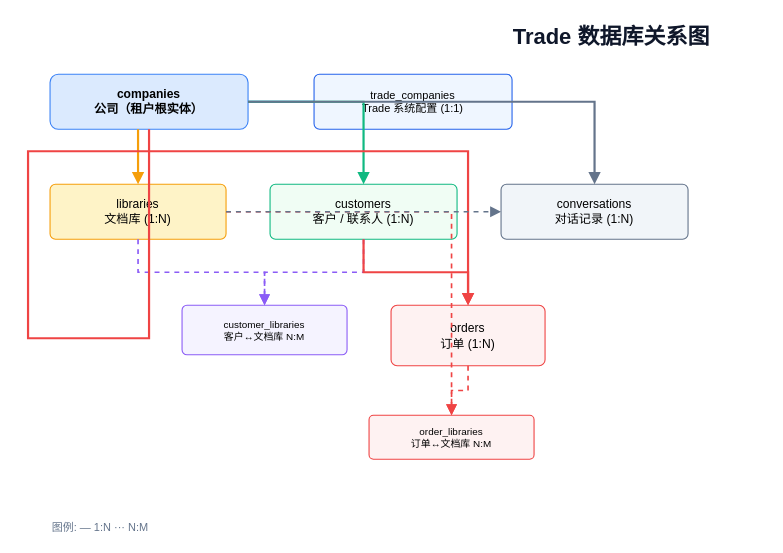
This is docs/database-relationships.drawio from chefroger/agentbase, a draw.io file, before an edit. Source tidied: cells renumbered, new cells numbered last; positions are measured from the earlier drawing's top-left corner, leaving out a move shared by most shapes. Both pictures are drawn from the tidied source at 110%, with x=0, y=0 at pixel (28, 19).
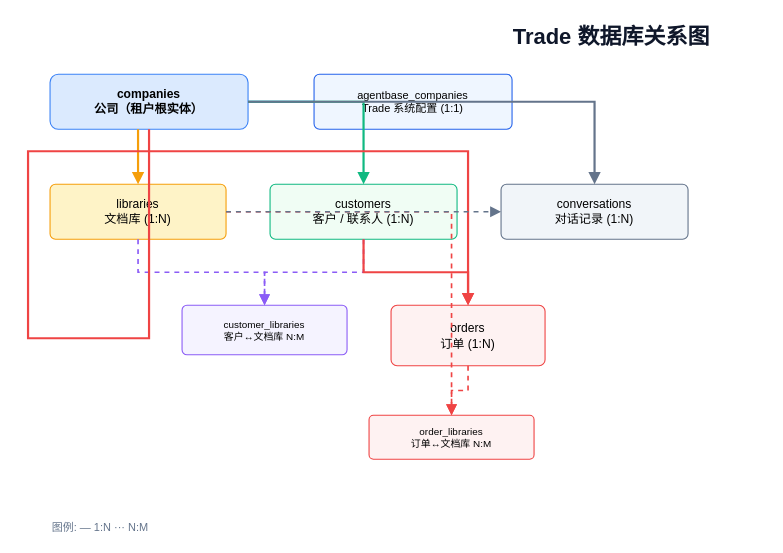
Above is the later version.

Change to the diagram source:
```diff
@@
-    <mxCell id="4" value="trade_companies&lt;br&gt;Trade 系统配置 (1:1)" style="rounded=1;whiteSpace=wrap;html=1;fillColor=#EFF6FF;strokeColor=#2563EB;fontSize=10;arcSize=10;align=center;" parent="1" vertex="1">
+    <mxCell id="4" value="agentbase_companies&lt;br&gt;Trade 系统配置 (1:1)" style="rounded=1;whiteSpace=wrap;html=1;fillColor=#EFF6FF;strokeColor=#2563EB;fontSize=10;arcSize=10;align=center;" parent="1" vertex="1">
       <mxGeometry x="260" y="50" width="180" height="50" as="geometry" />
     </mxCell>
```
